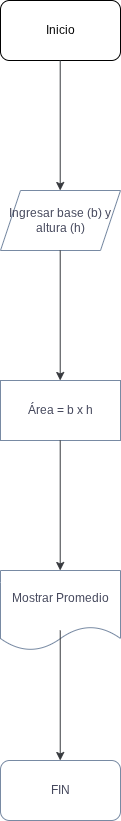
This is Ejercicio_3_Lucas.drawio.png from lucri1384/Pensamiento-computacional, a draw.io export, as it was before one commit. Source tidied: cells renumbered, new cells last; positions are measured from the earlier drawing's top-left corner, leaving out a move shared by most shapes. The source it was exported from:
```xml
<mxGraphModel background="light-dark(#FFFFFF,#FFFFFF)">
  <root>
    <mxCell id="0" />
    <mxCell id="1" parent="0" />
    <mxCell id="2" value="Inicio" style="rounded=1;whiteSpace=wrap;html=1;" parent="1" vertex="1">
      <mxGeometry width="120" height="60" as="geometry" />
    </mxCell>
    <mxCell id="3" style="endArrow=classic;html=1;rounded=0;fontColor=#46495D;fillColor=#eeeeee;strokeColor=light-dark(#36393d, #000000);" parent="1" edge="1">
      <mxGeometry relative="1" as="geometry">
        <mxPoint x="59.7" y="60" as="sourcePoint" />
        <mxPoint x="59.7" y="190" as="targetPoint" />
      </mxGeometry>
    </mxCell>
    <mxCell id="4" value="&lt;span&gt;Ingresar base (b) y altura (h)&lt;/span&gt;" style="shape=parallelogram;perimeter=parallelogramPerimeter;whiteSpace=wrap;html=1;fixedSize=1;strokeColor=#788AA3;fontColor=#46495D;fillColor=default;" parent="1" vertex="1">
      <mxGeometry y="190" width="120" height="60" as="geometry" />
    </mxCell>
    <mxCell id="5" style="endArrow=classic;html=1;rounded=0;fontColor=#46495D;fillColor=#eeeeee;strokeColor=light-dark(#36393d, #000000);" parent="1" edge="1">
      <mxGeometry relative="1" as="geometry">
        <mxPoint x="59.7" y="250" as="sourcePoint" />
        <mxPoint x="59.7" y="380" as="targetPoint" />
      </mxGeometry>
    </mxCell>
    <mxCell id="6" value="Área = b x h" style="rounded=0;whiteSpace=wrap;html=1;strokeColor=#788AA3;fontColor=#46495D;fillColor=default;" parent="1" vertex="1">
      <mxGeometry y="380" width="120" height="60" as="geometry" />
    </mxCell>
    <mxCell id="7" style="endArrow=classic;html=1;rounded=0;fontColor=#46495D;fillColor=#eeeeee;strokeColor=light-dark(#36393d, #000000);" parent="1" edge="1">
      <mxGeometry relative="1" as="geometry">
        <mxPoint x="59.7" y="440" as="sourcePoint" />
        <mxPoint x="59.7" y="570" as="targetPoint" />
      </mxGeometry>
    </mxCell>
    <mxCell id="8" value="Mostrar Promedio" style="shape=document;whiteSpace=wrap;html=1;boundedLbl=1;strokeColor=#788AA3;fontColor=#46495D;fillColor=default;" parent="1" vertex="1">
      <mxGeometry y="570" width="120" height="80" as="geometry" />
    </mxCell>
    <mxCell id="9" value="FIN" style="rounded=1;whiteSpace=wrap;html=1;strokeColor=#788AA3;fontColor=#46495D;fillColor=default;" parent="1" vertex="1">
      <mxGeometry y="760" width="120" height="60" as="geometry" />
    </mxCell>
    <mxCell id="10" style="endArrow=classic;html=1;rounded=0;fontColor=#46495D;fillColor=#eeeeee;strokeColor=light-dark(#36393d, #000000);" parent="1" edge="1">
      <mxGeometry relative="1" as="geometry">
        <mxPoint x="59.7" y="630" as="sourcePoint" />
        <mxPoint x="59.7" y="760" as="targetPoint" />
      </mxGeometry>
    </mxCell>
  </root>
</mxGraphModel>
```
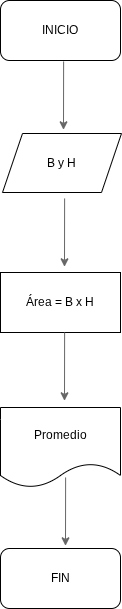
After the commit.

The edit, as a diff of the source:
```diff
@@ -2,44 +2,44 @@
   <root>
     <mxCell id="0" />
     <mxCell id="1" parent="0" />
-    <mxCell id="2" value="Inicio" style="rounded=1;whiteSpace=wrap;html=1;" parent="1" vertex="1">
-      <mxGeometry width="120" height="60" as="geometry" />
-    </mxCell>
-    <mxCell id="3" style="endArrow=classic;html=1;rounded=0;fontColor=#46495D;fillColor=#eeeeee;strokeColor=light-dark(#36393d, #000000);" parent="1" edge="1">
-      <mxGeometry relative="1" as="geometry">
-        <mxPoint x="59.7" y="60" as="sourcePoint" />
-        <mxPoint x="59.7" y="190" as="targetPoint" />
-      </mxGeometry>
-    </mxCell>
-    <mxCell id="4" value="&lt;span&gt;Ingresar base (b) y altura (h)&lt;/span&gt;" style="shape=parallelogram;perimeter=parallelogramPerimeter;whiteSpace=wrap;html=1;fixedSize=1;strokeColor=#788AA3;fontColor=#46495D;fillColor=default;" parent="1" vertex="1">
-      <mxGeometry y="190" width="120" height="60" as="geometry" />
-    </mxCell>
-    <mxCell id="5" style="endArrow=classic;html=1;rounded=0;fontColor=#46495D;fillColor=#eeeeee;strokeColor=light-dark(#36393d, #000000);" parent="1" edge="1">
-      <mxGeometry relative="1" as="geometry">
-        <mxPoint x="59.7" y="250" as="sourcePoint" />
-        <mxPoint x="59.7" y="380" as="targetPoint" />
-      </mxGeometry>
-    </mxCell>
-    <mxCell id="6" value="Área = b x h" style="rounded=0;whiteSpace=wrap;html=1;strokeColor=#788AA3;fontColor=#46495D;fillColor=default;" parent="1" vertex="1">
-      <mxGeometry y="380" width="120" height="60" as="geometry" />
-    </mxCell>
-    <mxCell id="7" style="endArrow=classic;html=1;rounded=0;fontColor=#46495D;fillColor=#eeeeee;strokeColor=light-dark(#36393d, #000000);" parent="1" edge="1">
-      <mxGeometry relative="1" as="geometry">
-        <mxPoint x="59.7" y="440" as="sourcePoint" />
-        <mxPoint x="59.7" y="570" as="targetPoint" />
-      </mxGeometry>
-    </mxCell>
-    <mxCell id="8" value="Mostrar Promedio" style="shape=document;whiteSpace=wrap;html=1;boundedLbl=1;strokeColor=#788AA3;fontColor=#46495D;fillColor=default;" parent="1" vertex="1">
-      <mxGeometry y="570" width="120" height="80" as="geometry" />
-    </mxCell>
+    <mxCell id="11" value="INICIO" style="rounded=1;whiteSpace=wrap;html=1;labelBackgroundColor=none;" parent="1" vertex="1">
+      <mxGeometry y="212" width="120" height="60" as="geometry" />
+    </mxCell>
+    <mxCell id="12" value="B y H" style="shape=parallelogram;perimeter=parallelogramPerimeter;whiteSpace=wrap;html=1;fixedSize=1;" parent="1" vertex="1">
+      <mxGeometry x="2" y="345" width="119" height="59" as="geometry" />
+    </mxCell>
+    <mxCell id="13" value="Área = B x H" style="rounded=0;whiteSpace=wrap;html=1;" parent="1" vertex="1">
+      <mxGeometry y="484" width="120" height="60" as="geometry" />
+    </mxCell>
+    <mxCell id="14" value="Promedio" style="shape=document;whiteSpace=wrap;html=1;boundedLbl=1;" parent="1" vertex="1">
+      <mxGeometry y="619" width="120" height="80" as="geometry" />
+    </mxCell>
-    <mxCell id="9" value="FIN" style="rounded=1;whiteSpace=wrap;html=1;strokeColor=#788AA3;fontColor=#46495D;fillColor=default;" parent="1" vertex="1">
+    <mxCell id="9" value="FIN" style="rounded=1;whiteSpace=wrap;html=1;" parent="1" vertex="1">
       <mxGeometry y="760" width="120" height="60" as="geometry" />
     </mxCell>
-    <mxCell id="10" style="endArrow=classic;html=1;rounded=0;fontColor=#46495D;fillColor=#eeeeee;strokeColor=light-dark(#36393d, #000000);" parent="1" edge="1">
-      <mxGeometry relative="1" as="geometry">
-        <mxPoint x="59.7" y="630" as="sourcePoint" />
-        <mxPoint x="59.7" y="760" as="targetPoint" />
-      </mxGeometry>
-    </mxCell>
+    <mxCell id="15" style="endArrow=classic;html=1;rounded=0;fontColor=none;labelBackgroundColor=light-dark(#FFFFFF, #ffffff);textShadow=0;labelBorderColor=none;noLabel=1;fillColor=#f5f5f5;strokeColor=#666666;entryX=0.549;entryY=0.005;entryDx=0;entryDy=0;entryPerimeter=0;" parent="1" edge="1">
+      <mxGeometry relative="1" as="geometry">
+        <mxPoint x="64.1" y="410" as="sourcePoint" />
+        <mxPoint x="64" y="478.3" as="targetPoint" />
+      </mxGeometry>
+    </mxCell>
+    <mxCell id="16" style="endArrow=classic;html=1;rounded=0;fontColor=none;labelBackgroundColor=light-dark(#FFFFFF, #ffffff);textShadow=0;labelBorderColor=none;noLabel=1;fillColor=#f5f5f5;strokeColor=#666666;entryX=0.549;entryY=0.005;entryDx=0;entryDy=0;entryPerimeter=0;" parent="1" edge="1">
+      <mxGeometry relative="1" as="geometry">
+        <mxPoint x="63.1" y="273" as="sourcePoint" />
+        <mxPoint x="63" y="341.3" as="targetPoint" />
+      </mxGeometry>
+    </mxCell>
+    <mxCell id="17" style="endArrow=classic;html=1;rounded=0;fontColor=none;labelBackgroundColor=light-dark(#FFFFFF, #ffffff);textShadow=0;labelBorderColor=none;noLabel=1;fillColor=#f5f5f5;strokeColor=#666666;entryX=0.549;entryY=0.005;entryDx=0;entryDy=0;entryPerimeter=0;" parent="1" edge="1">
+      <mxGeometry relative="1" as="geometry">
+        <mxPoint x="64.1" y="544" as="sourcePoint" />
+        <mxPoint x="64" y="612.3" as="targetPoint" />
+      </mxGeometry>
+    </mxCell>
+    <mxCell id="18" style="endArrow=classic;html=1;rounded=0;fontColor=none;labelBackgroundColor=light-dark(#FFFFFF, #ffffff);textShadow=0;labelBorderColor=none;noLabel=1;fillColor=#f5f5f5;strokeColor=#666666;entryX=0.549;entryY=0.005;entryDx=0;entryDy=0;entryPerimeter=0;" parent="1" edge="1">
+      <mxGeometry relative="1" as="geometry">
+        <mxPoint x="65.1" y="689" as="sourcePoint" />
+        <mxPoint x="65" y="757.3" as="targetPoint" />
+      </mxGeometry>
+    </mxCell>
   </root>
 </mxGraphModel>
```
